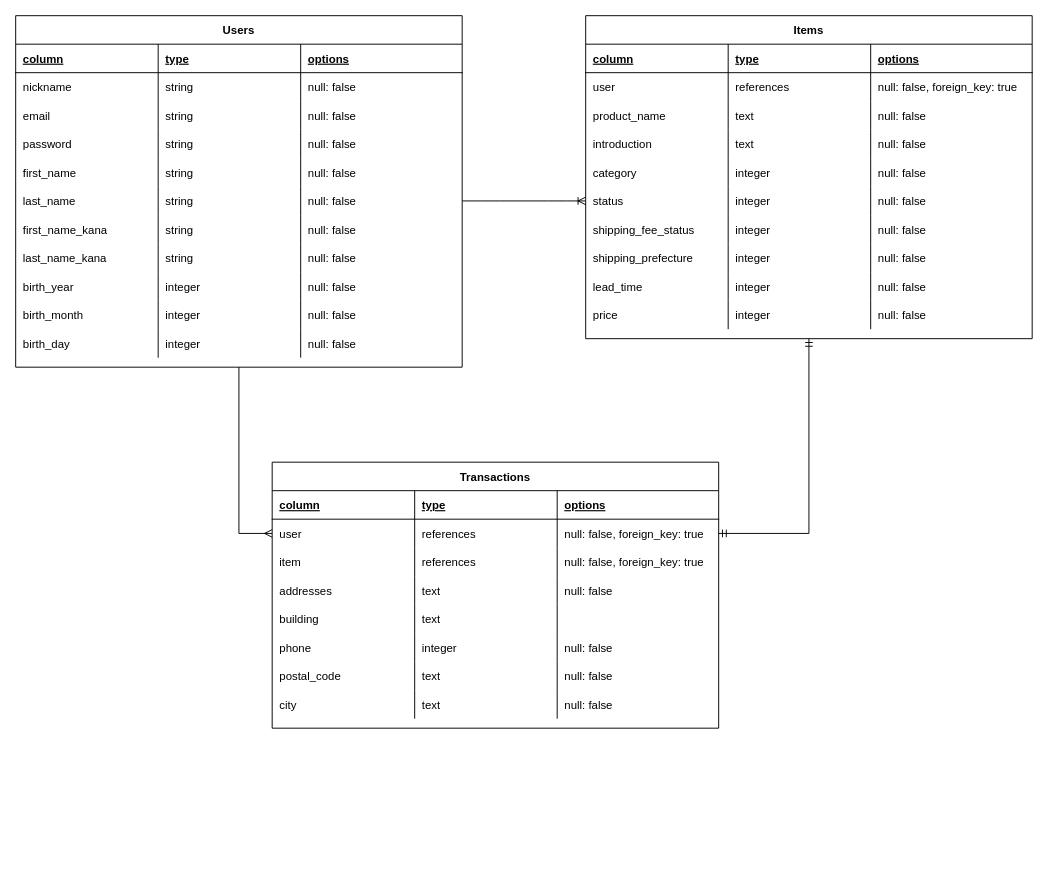
Before: ER.drawio in mzw86020424/furima-32049, a draw.io diagram. Source tidied: cells renumbered, new cells numbered last; positions are measured from the earlier drawing's top-left corner, leaving out a move shared by most shapes. Both pictures are drawn from the tidied source at 95%, with x=0, y=0 at pixel (15, 15).
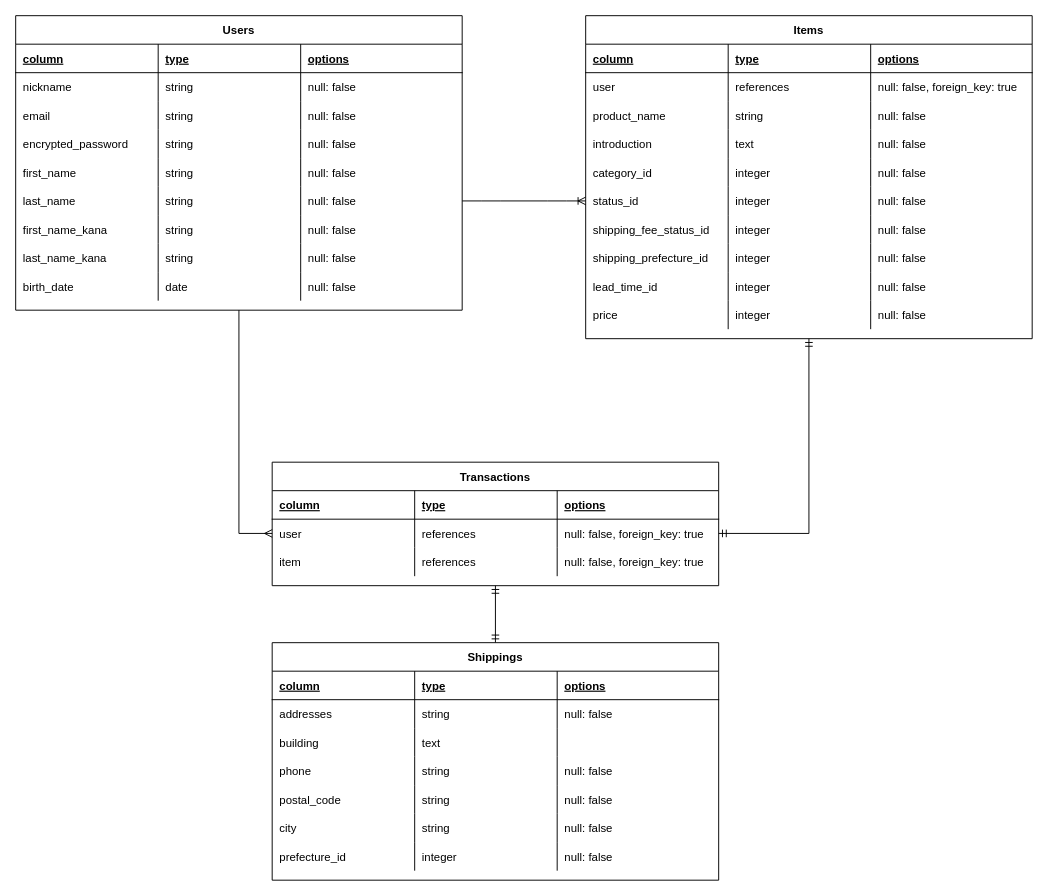
The same diagram, later.

Commit message (it also covers changes not shown here):
ER図・DB設計作成_修正

Unchanged cells that the change refers to:
```xml
<mxCell id="49" style="shape=partialRectangle;fillColor=none;top=0;left=0;bottom=0;right=0;" parent="36" vertex="1">
  <mxGeometry y="120" width="470" height="30" as="geometry" />
</mxCell>
<mxCell id="69" style="shape=partialRectangle;fillColor=none;top=0;left=0;bottom=0;right=0;" parent="36" vertex="1">
  <mxGeometry y="270" width="470" height="30" as="geometry" />
</mxCell>
<mxCell id="91" style="shape=partialRectangle;fillColor=none;top=0;left=0;bottom=0;right=0;" parent="82" vertex="1">
  <mxGeometry y="90" width="470" height="30" as="geometry" />
</mxCell>
<mxCell id="99" style="shape=partialRectangle;fillColor=none;top=0;left=0;bottom=0;right=0;" parent="82" vertex="1">
  <mxGeometry y="150" width="470" height="30" as="geometry" />
</mxCell>
<mxCell id="103" style="shape=partialRectangle;fillColor=none;top=0;left=0;bottom=0;right=0;points=[[0,0.5],[1,0.5]];portConstraint=eastwest;" parent="82" vertex="1">
  <mxGeometry y="180" width="470" height="30" as="geometry" />
</mxCell>
<mxCell id="107" style="shape=partialRectangle;fillColor=none;top=0;left=0;bottom=0;right=0;" parent="82" vertex="1">
  <mxGeometry y="210" width="470" height="30" as="geometry" />
</mxCell>
<mxCell id="111" style="shape=partialRectangle;fillColor=none;top=0;left=0;bottom=0;right=0;" parent="82" vertex="1">
  <mxGeometry y="240" width="470" height="30" as="geometry" />
</mxCell>
<mxCell id="115" style="shape=partialRectangle;fillColor=none;top=0;left=0;bottom=0;right=0;" parent="82" vertex="1">
  <mxGeometry y="270" width="470" height="30" as="geometry" />
</mxCell>
```

Change to the diagram source:
```diff
@@
+    <mxCell id="124" style="edgeStyle=orthogonalEdgeStyle;rounded=0;jettySize=auto;html=1;exitX=0.5;exitY=1;exitDx=0;exitDy=0;entryX=0.5;entryY=0;entryDx=0;entryDy=0;endArrow=ERmandOne;endFill=0;startArrow=ERmandOne;startFill=0;" parent="1" edge="1" source="2" target="125">
+      <mxGeometry relative="1" as="geometry" />
+    </mxCell>
     <mxCell id="2" value="Transactions" style="shape=table;startSize=30;childLayout=tableLayout;rowLines=0;fontStyle=1;align=center;" parent="1" vertex="1">
-      <mxGeometry x="270" y="470" width="470" height="280" as="geometry" />
+      <mxGeometry x="270" y="470" width="470" height="130" as="geometry" />
     </mxCell>
@@
-    <mxCell id="15" style="shape=partialRectangle;fillColor=none;top=0;left=0;bottom=0;right=0;" parent="2" vertex="1">
-      <mxGeometry y="120" width="470" height="30" as="geometry" />
-    </mxCell>
-    <mxCell id="16" value="addresses" style="shape=partialRectangle;fillColor=none;top=0;left=0;bottom=0;right=0;align=left;spacingLeft=6;overflow=hidden;" parent="15" vertex="1">
-      <mxGeometry width="150" height="30" as="geometry" />
-    </mxCell>
-    <mxCell id="17" value="text" style="shape=partialRectangle;fillColor=none;top=0;left=0;bottom=0;right=0;align=left;spacingLeft=6;overflow=hidden;" parent="15" vertex="1">
-      <mxGeometry x="150" width="150" height="30" as="geometry" />
-    </mxCell>
-    <mxCell id="18" value="null: false" style="shape=partialRectangle;fillColor=none;top=0;left=0;bottom=0;right=0;align=left;spacingLeft=6;overflow=hidden;" parent="15" vertex="1">
-      <mxGeometry x="300" width="170" height="30" as="geometry" />
-    </mxCell>
-    <mxCell id="19" style="shape=partialRectangle;fillColor=none;top=0;left=0;bottom=0;right=0;" parent="2" vertex="1">
-      <mxGeometry y="150" width="470" height="30" as="geometry" />
-    </mxCell>
-    <mxCell id="20" value="building" style="shape=partialRectangle;fillColor=none;top=0;left=0;bottom=0;right=0;align=left;spacingLeft=6;overflow=hidden;" parent="19" vertex="1">
-      <mxGeometry width="150" height="30" as="geometry" />
-    </mxCell>
-    <mxCell id="21" value="text" style="shape=partialRectangle;fillColor=none;top=0;left=0;bottom=0;right=0;align=left;spacingLeft=6;overflow=hidden;" parent="19" vertex="1">
-      <mxGeometry x="150" width="150" height="30" as="geometry" />
-    </mxCell>
-    <mxCell id="22" style="shape=partialRectangle;fillColor=none;top=0;left=0;bottom=0;right=0;align=left;spacingLeft=6;overflow=hidden;" parent="19" vertex="1">
-      <mxGeometry x="300" width="170" height="30" as="geometry" />
-    </mxCell>
-    <mxCell id="23" style="shape=partialRectangle;fillColor=none;top=0;left=0;bottom=0;right=0;" parent="2" vertex="1">
-      <mxGeometry y="180" width="470" height="30" as="geometry" />
-    </mxCell>
-    <mxCell id="24" value="phone" style="shape=partialRectangle;fillColor=none;top=0;left=0;bottom=0;right=0;align=left;spacingLeft=6;overflow=hidden;" parent="23" vertex="1">
-      <mxGeometry width="150" height="30" as="geometry" />
-    </mxCell>
-    <mxCell id="25" value="integer" style="shape=partialRectangle;fillColor=none;top=0;left=0;bottom=0;right=0;align=left;spacingLeft=6;overflow=hidden;" parent="23" vertex="1">
-      <mxGeometry x="150" width="150" height="30" as="geometry" />
-    </mxCell>
-    <mxCell id="26" value="null: false" style="shape=partialRectangle;fillColor=none;top=0;left=0;bottom=0;right=0;align=left;spacingLeft=6;overflow=hidden;" parent="23" vertex="1">
-      <mxGeometry x="300" width="170" height="30" as="geometry" />
-    </mxCell>
-    <mxCell id="27" style="shape=partialRectangle;fillColor=none;top=0;left=0;bottom=0;right=0;" parent="2" vertex="1">
-      <mxGeometry y="210" width="470" height="30" as="geometry" />
-    </mxCell>
-    <mxCell id="28" value="postal_code" style="shape=partialRectangle;fillColor=none;top=0;left=0;bottom=0;right=0;align=left;spacingLeft=6;overflow=hidden;" parent="27" vertex="1">
-      <mxGeometry width="150" height="30" as="geometry" />
-    </mxCell>
-    <mxCell id="29" value="text" style="shape=partialRectangle;fillColor=none;top=0;left=0;bottom=0;right=0;align=left;spacingLeft=6;overflow=hidden;" parent="27" vertex="1">
-      <mxGeometry x="150" width="150" height="30" as="geometry" />
-    </mxCell>
-    <mxCell id="30" value="null: false" style="shape=partialRectangle;fillColor=none;top=0;left=0;bottom=0;right=0;align=left;spacingLeft=6;overflow=hidden;" parent="27" vertex="1">
-      <mxGeometry x="300" width="170" height="30" as="geometry" />
-    </mxCell>
-    <mxCell id="31" style="shape=partialRectangle;fillColor=none;top=0;left=0;bottom=0;right=0;" parent="2" vertex="1">
-      <mxGeometry y="240" width="470" height="30" as="geometry" />
-    </mxCell>
-    <mxCell id="32" value="city" style="shape=partialRectangle;fillColor=none;top=0;left=0;bottom=0;right=0;align=left;spacingLeft=6;overflow=hidden;" parent="31" vertex="1">
-      <mxGeometry width="150" height="30" as="geometry" />
-    </mxCell>
-    <mxCell id="33" value="text" style="shape=partialRectangle;fillColor=none;top=0;left=0;bottom=0;right=0;align=left;spacingLeft=6;overflow=hidden;" parent="31" vertex="1">
-      <mxGeometry x="150" width="150" height="30" as="geometry" />
-    </mxCell>
-    <mxCell id="34" value="null: false" style="shape=partialRectangle;fillColor=none;top=0;left=0;bottom=0;right=0;align=left;spacingLeft=6;overflow=hidden;" parent="31" vertex="1">
-      <mxGeometry x="300" width="170" height="30" as="geometry" />
-    </mxCell>
@@
     <mxCell id="36" value="Users" style="shape=table;startSize=30;childLayout=tableLayout;rowLines=0;fontStyle=1;align=center;" parent="1" vertex="1">
-      <mxGeometry width="470" height="370" as="geometry" />
+      <mxGeometry width="470" height="310" as="geometry" />
     </mxCell>
@@
-    <mxCell id="50" value="password" style="shape=partialRectangle;fillColor=none;top=0;left=0;bottom=0;right=0;align=left;spacingLeft=6;overflow=hidden;" parent="49" vertex="1">
+    <mxCell id="50" value="encrypted_password" style="shape=partialRectangle;fillColor=none;top=0;left=0;bottom=0;right=0;align=left;spacingLeft=6;overflow=hidden;" parent="49" vertex="1">
       <mxGeometry width="150" height="30" as="geometry" />
     </mxCell>
@@
-    <mxCell id="70" value="birth_year" style="shape=partialRectangle;fillColor=none;top=0;left=0;bottom=0;right=0;align=left;spacingLeft=6;overflow=hidden;shadow=1;" parent="69" vertex="1">
+    <mxCell id="70" value="birth_date" style="shape=partialRectangle;fillColor=none;top=0;left=0;bottom=0;right=0;align=left;spacingLeft=6;overflow=hidden;shadow=1;" parent="69" vertex="1">
       <mxGeometry width="150" height="30" as="geometry" />
     </mxCell>
-    <mxCell id="71" value="integer" style="shape=partialRectangle;fillColor=none;top=0;left=0;bottom=0;right=0;align=left;spacingLeft=6;overflow=hidden;shadow=1;" parent="69" vertex="1">
+    <mxCell id="71" value="date" style="shape=partialRectangle;fillColor=none;top=0;left=0;bottom=0;right=0;align=left;spacingLeft=6;overflow=hidden;shadow=1;" parent="69" vertex="1">
       <mxGeometry x="150" width="150" height="30" as="geometry" />
     </mxCell>
@@
-    <mxCell id="73" style="shape=partialRectangle;fillColor=none;top=0;left=0;bottom=0;right=0;" parent="36" vertex="1">
-      <mxGeometry y="300" width="470" height="30" as="geometry" />
-    </mxCell>
-    <mxCell id="74" value="birth_month" style="shape=partialRectangle;fillColor=none;top=0;left=0;bottom=0;right=0;align=left;spacingLeft=6;overflow=hidden;shadow=1;" parent="73" vertex="1">
-      <mxGeometry width="150" height="30" as="geometry" />
-    </mxCell>
-    <mxCell id="75" value="integer" style="shape=partialRectangle;fillColor=none;top=0;left=0;bottom=0;right=0;align=left;spacingLeft=6;overflow=hidden;shadow=1;" parent="73" vertex="1">
-      <mxGeometry x="150" width="150" height="30" as="geometry" />
-    </mxCell>
-    <mxCell id="76" value="null: false" style="shape=partialRectangle;fillColor=none;top=0;left=0;bottom=0;right=0;align=left;spacingLeft=6;overflow=hidden;shadow=1;" parent="73" vertex="1">
-      <mxGeometry x="300" width="170" height="30" as="geometry" />
-    </mxCell>
-    <mxCell id="77" style="shape=partialRectangle;fillColor=none;top=0;left=0;bottom=0;right=0;" parent="36" vertex="1">
-      <mxGeometry y="330" width="470" height="30" as="geometry" />
-    </mxCell>
-    <mxCell id="78" value="birth_day" style="shape=partialRectangle;fillColor=none;top=0;left=0;bottom=0;right=0;align=left;spacingLeft=6;overflow=hidden;shadow=1;" parent="77" vertex="1">
-      <mxGeometry width="150" height="30" as="geometry" />
-    </mxCell>
-    <mxCell id="79" value="integer" style="shape=partialRectangle;fillColor=none;top=0;left=0;bottom=0;right=0;align=left;spacingLeft=6;overflow=hidden;shadow=1;" parent="77" vertex="1">
-      <mxGeometry x="150" width="150" height="30" as="geometry" />
-    </mxCell>
-    <mxCell id="80" value="null: false" style="shape=partialRectangle;fillColor=none;top=0;left=0;bottom=0;right=0;align=left;spacingLeft=6;overflow=hidden;shadow=1;" parent="77" vertex="1">
-      <mxGeometry x="300" width="170" height="30" as="geometry" />
-    </mxCell>
@@
-    <mxCell id="93" value="text" style="shape=partialRectangle;fillColor=none;top=0;left=0;bottom=0;right=0;align=left;spacingLeft=6;overflow=hidden;" parent="91" vertex="1">
+    <mxCell id="93" value="string" style="shape=partialRectangle;fillColor=none;top=0;left=0;bottom=0;right=0;align=left;spacingLeft=6;overflow=hidden;" parent="91" vertex="1">
       <mxGeometry x="150" width="150" height="30" as="geometry" />
     </mxCell>
@@
-    <mxCell id="100" value="category" style="shape=partialRectangle;fillColor=none;top=0;left=0;bottom=0;right=0;align=left;spacingLeft=6;overflow=hidden;" parent="99" vertex="1">
+    <mxCell id="100" value="category_id" style="shape=partialRectangle;fillColor=none;top=0;left=0;bottom=0;right=0;align=left;spacingLeft=6;overflow=hidden;" parent="99" vertex="1">
       <mxGeometry width="150" height="30" as="geometry" />
     </mxCell>
@@
-    <mxCell id="104" value="status" style="shape=partialRectangle;fillColor=none;top=0;left=0;bottom=0;right=0;align=left;spacingLeft=6;overflow=hidden;" parent="103" vertex="1">
+    <mxCell id="104" value="status_id" style="shape=partialRectangle;fillColor=none;top=0;left=0;bottom=0;right=0;align=left;spacingLeft=6;overflow=hidden;" parent="103" vertex="1">
       <mxGeometry width="150" height="30" as="geometry" />
     </mxCell>
@@
-    <mxCell id="108" value="shipping_fee_status" style="shape=partialRectangle;fillColor=none;top=0;left=0;bottom=0;right=0;align=left;spacingLeft=6;overflow=hidden;" parent="107" vertex="1">
+    <mxCell id="108" value="shipping_fee_status_id" style="shape=partialRectangle;fillColor=none;top=0;left=0;bottom=0;right=0;align=left;spacingLeft=6;overflow=hidden;" parent="107" vertex="1">
       <mxGeometry width="150" height="30" as="geometry" />
     </mxCell>
@@
-    <mxCell id="112" value="shipping_prefecture" style="shape=partialRectangle;fillColor=none;top=0;left=0;bottom=0;right=0;align=left;spacingLeft=6;overflow=hidden;" parent="111" vertex="1">
+    <mxCell id="112" value="shipping_prefecture_id" style="shape=partialRectangle;fillColor=none;top=0;left=0;bottom=0;right=0;align=left;spacingLeft=6;overflow=hidden;" parent="111" vertex="1">
       <mxGeometry width="150" height="30" as="geometry" />
     </mxCell>
@@
-    <mxCell id="116" value="lead_time" style="shape=partialRectangle;fillColor=none;top=0;left=0;bottom=0;right=0;align=left;spacingLeft=6;overflow=hidden;" parent="115" vertex="1">
+    <mxCell id="116" value="lead_time_id" style="shape=partialRectangle;fillColor=none;top=0;left=0;bottom=0;right=0;align=left;spacingLeft=6;overflow=hidden;" parent="115" vertex="1">
       <mxGeometry width="150" height="30" as="geometry" />
     </mxCell>
@@
+    <mxCell id="125" value="Shippings" style="shape=table;startSize=30;childLayout=tableLayout;rowLines=0;fontStyle=1;align=center;" parent="1" vertex="1">
+      <mxGeometry x="270" y="660" width="470" height="250" as="geometry" />
+    </mxCell>
+    <mxCell id="126" style="shape=partialRectangle;fillColor=none;top=0;left=0;bottom=1;right=0;" parent="125" vertex="1">
+      <mxGeometry y="30" width="470" height="30" as="geometry" />
+    </mxCell>
+    <mxCell id="127" value="column" style="shape=partialRectangle;fillColor=none;top=0;left=0;bottom=0;right=0;align=left;spacingLeft=6;fontStyle=5;overflow=hidden;" parent="126" vertex="1">
+      <mxGeometry width="150" height="30" as="geometry" />
+    </mxCell>
+    <mxCell id="128" value="type" style="shape=partialRectangle;fillColor=none;top=0;left=0;bottom=0;right=0;align=left;spacingLeft=6;fontStyle=5;overflow=hidden;" parent="126" vertex="1">
+      <mxGeometry x="150" width="150" height="30" as="geometry" />
+    </mxCell>
+    <mxCell id="129" value="options" style="shape=partialRectangle;fillColor=none;top=0;left=0;bottom=0;right=0;align=left;spacingLeft=6;fontStyle=5;overflow=hidden;" parent="126" vertex="1">
+      <mxGeometry x="300" width="170" height="30" as="geometry" />
+    </mxCell>
+    <mxCell id="130" style="shape=partialRectangle;fillColor=none;top=0;left=0;bottom=0;right=0;" parent="125" vertex="1">
+      <mxGeometry y="60" width="470" height="30" as="geometry" />
+    </mxCell>
+    <mxCell id="16" value="addresses" style="shape=partialRectangle;fillColor=none;top=0;left=0;bottom=0;right=0;align=left;spacingLeft=6;overflow=hidden;" parent="130" vertex="1">
+      <mxGeometry width="150" height="30" as="geometry" />
+    </mxCell>
+    <mxCell id="131" value="string" style="shape=partialRectangle;fillColor=none;top=0;left=0;bottom=0;right=0;align=left;spacingLeft=6;overflow=hidden;" parent="130" vertex="1">
+      <mxGeometry x="150" width="150" height="30" as="geometry" />
+    </mxCell>
+    <mxCell id="132" value="null: false" style="shape=partialRectangle;fillColor=none;top=0;left=0;bottom=0;right=0;align=left;spacingLeft=6;overflow=hidden;" parent="130" vertex="1">
+      <mxGeometry x="300" width="170" height="30" as="geometry" />
+    </mxCell>
+    <mxCell id="133" style="shape=partialRectangle;fillColor=none;top=0;left=0;bottom=0;right=0;" parent="125" vertex="1">
+      <mxGeometry y="90" width="470" height="30" as="geometry" />
+    </mxCell>
+    <mxCell id="20" value="building" style="shape=partialRectangle;fillColor=none;top=0;left=0;bottom=0;right=0;align=left;spacingLeft=6;overflow=hidden;" parent="133" vertex="1">
+      <mxGeometry width="150" height="30" as="geometry" />
+    </mxCell>
+    <mxCell id="134" value="text" style="shape=partialRectangle;fillColor=none;top=0;left=0;bottom=0;right=0;align=left;spacingLeft=6;overflow=hidden;" parent="133" vertex="1">
+      <mxGeometry x="150" width="150" height="30" as="geometry" />
+    </mxCell>
+    <mxCell id="22" style="shape=partialRectangle;fillColor=none;top=0;left=0;bottom=0;right=0;align=left;spacingLeft=6;overflow=hidden;" parent="133" vertex="1">
+      <mxGeometry x="300" width="170" height="30" as="geometry" />
+    </mxCell>
+    <mxCell id="15" style="shape=partialRectangle;fillColor=none;top=0;left=0;bottom=0;right=0;" parent="125" vertex="1">
+      <mxGeometry y="120" width="470" height="30" as="geometry" />
+    </mxCell>
+    <mxCell id="24" value="phone" style="shape=partialRectangle;fillColor=none;top=0;left=0;bottom=0;right=0;align=left;spacingLeft=6;overflow=hidden;" parent="15" vertex="1">
+      <mxGeometry width="150" height="30" as="geometry" />
+    </mxCell>
+    <mxCell id="135" value="string" style="shape=partialRectangle;fillColor=none;top=0;left=0;bottom=0;right=0;align=left;spacingLeft=6;overflow=hidden;" parent="15" vertex="1">
+      <mxGeometry x="150" width="150" height="30" as="geometry" />
+    </mxCell>
+    <mxCell id="136" value="null: false" style="shape=partialRectangle;fillColor=none;top=0;left=0;bottom=0;right=0;align=left;spacingLeft=6;overflow=hidden;" parent="15" vertex="1">
+      <mxGeometry x="300" width="170" height="30" as="geometry" />
+    </mxCell>
+    <mxCell id="19" style="shape=partialRectangle;fillColor=none;top=0;left=0;bottom=0;right=0;" parent="125" vertex="1">
+      <mxGeometry y="150" width="470" height="30" as="geometry" />
+    </mxCell>
+    <mxCell id="28" value="postal_code" style="shape=partialRectangle;fillColor=none;top=0;left=0;bottom=0;right=0;align=left;spacingLeft=6;overflow=hidden;" parent="19" vertex="1">
+      <mxGeometry width="150" height="30" as="geometry" />
+    </mxCell>
+    <mxCell id="137" value="string" style="shape=partialRectangle;fillColor=none;top=0;left=0;bottom=0;right=0;align=left;spacingLeft=6;overflow=hidden;" parent="19" vertex="1">
+      <mxGeometry x="150" width="150" height="30" as="geometry" />
+    </mxCell>
+    <mxCell id="138" value="null: false" style="shape=partialRectangle;fillColor=none;top=0;left=0;bottom=0;right=0;align=left;spacingLeft=6;overflow=hidden;" parent="19" vertex="1">
+      <mxGeometry x="300" width="170" height="30" as="geometry" />
+    </mxCell>
+    <mxCell id="23" style="shape=partialRectangle;fillColor=none;top=0;left=0;bottom=0;right=0;" parent="125" vertex="1">
+      <mxGeometry y="180" width="470" height="30" as="geometry" />
+    </mxCell>
+    <mxCell id="32" value="city" style="shape=partialRectangle;fillColor=none;top=0;left=0;bottom=0;right=0;align=left;spacingLeft=6;overflow=hidden;" parent="23" vertex="1">
+      <mxGeometry width="150" height="30" as="geometry" />
+    </mxCell>
+    <mxCell id="139" value="string" style="shape=partialRectangle;fillColor=none;top=0;left=0;bottom=0;right=0;align=left;spacingLeft=6;overflow=hidden;" parent="23" vertex="1">
+      <mxGeometry x="150" width="150" height="30" as="geometry" />
+    </mxCell>
+    <mxCell id="140" value="null: false" style="shape=partialRectangle;fillColor=none;top=0;left=0;bottom=0;right=0;align=left;spacingLeft=6;overflow=hidden;" parent="23" vertex="1">
+      <mxGeometry x="300" width="170" height="30" as="geometry" />
+    </mxCell>
+    <mxCell id="27" style="shape=partialRectangle;fillColor=none;top=0;left=0;bottom=0;right=0;" parent="125" vertex="1">
+      <mxGeometry y="210" width="470" height="30" as="geometry" />
+    </mxCell>
+    <mxCell id="141" value="prefecture_id" style="shape=partialRectangle;fillColor=none;top=0;left=0;bottom=0;right=0;align=left;spacingLeft=6;overflow=hidden;" parent="27" vertex="1">
+      <mxGeometry width="150" height="30" as="geometry" />
+    </mxCell>
+    <mxCell id="25" value="integer" style="shape=partialRectangle;fillColor=none;top=0;left=0;bottom=0;right=0;align=left;spacingLeft=6;overflow=hidden;" parent="27" vertex="1">
+      <mxGeometry x="150" width="150" height="30" as="geometry" />
+    </mxCell>
+    <mxCell id="142" value="null: false" style="shape=partialRectangle;fillColor=none;top=0;left=0;bottom=0;right=0;align=left;spacingLeft=6;overflow=hidden;" parent="27" vertex="1">
+      <mxGeometry x="300" width="170" height="30" as="geometry" />
+    </mxCell>
```
